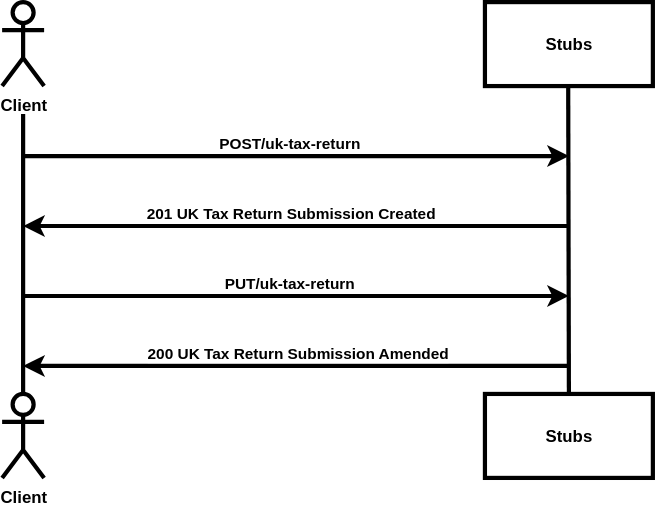
Above: source/documentation/figures/amenduktr-test-sequence.svg in hmrc/pillar2-service-guide (draw.io), before the change. Source tidied: cells renumbered, new cells last; positions are measured from the earlier drawing's top-left corner, leaving out a move shared by most shapes. Its diagram source:
```xml
<mxGraphModel>
  <root>
    <mxCell id="0" />
    <mxCell id="1" parent="0" />
    <mxCell id="2" value="Client" style="shape=umlActor;verticalLabelPosition=bottom;verticalAlign=top;html=1;fontStyle=1;strokeWidth=3;" parent="1" vertex="1">
      <mxGeometry width="30" height="60" as="geometry" />
    </mxCell>
    <mxCell id="3" value="Client" style="shape=umlActor;verticalLabelPosition=bottom;verticalAlign=top;html=1;fontStyle=1;strokeWidth=3;" parent="1" vertex="1">
      <mxGeometry y="280" width="30" height="60" as="geometry" />
    </mxCell>
    <mxCell id="4" style="endArrow=none;html=1;rounded=0;fontStyle=1;strokeWidth=3;" parent="1" edge="1">
      <mxGeometry relative="1" as="geometry">
        <mxPoint x="15" y="280" as="sourcePoint" />
        <mxPoint x="15" y="80" as="targetPoint" />
      </mxGeometry>
    </mxCell>
    <mxCell id="5" value="Stubs" style="rounded=0;whiteSpace=wrap;html=1;fontStyle=1;strokeWidth=3;" parent="1" vertex="1">
      <mxGeometry x="345" width="120" height="60" as="geometry" />
    </mxCell>
    <mxCell id="6" value="Stubs" style="rounded=0;whiteSpace=wrap;html=1;fontStyle=1;strokeWidth=3;" parent="1" vertex="1">
      <mxGeometry x="345" y="280" width="120" height="60" as="geometry" />
    </mxCell>
    <mxCell id="7" style="endArrow=none;html=1;rounded=0;exitX=0.5;exitY=0;exitDx=0;exitDy=0;fontStyle=1;strokeWidth=3;" parent="1" edge="1" source="6">
      <mxGeometry relative="1" as="geometry">
        <mxPoint x="404.5" y="60" as="targetPoint" />
      </mxGeometry>
    </mxCell>
    <mxCell id="8" style="endArrow=classic;html=1;rounded=0;fontStyle=1;strokeWidth=3;" parent="1" edge="1">
      <mxGeometry relative="1" as="geometry">
        <mxPoint x="15" y="110" as="sourcePoint" />
        <mxPoint x="405" y="110" as="targetPoint" />
      </mxGeometry>
    </mxCell>
    <mxCell id="9" value="POST/uk-tax-return" style="edgeLabel;html=1;align=center;verticalAlign=middle;fontStyle=1;" parent="8" vertex="1">
      <mxGeometry x="-0.19" relative="1" as="geometry">
        <mxPoint x="31" y="-10" as="offset" />
      </mxGeometry>
    </mxCell>
    <mxCell id="10" style="endArrow=classic;html=1;rounded=0;fontStyle=1;strokeWidth=3;" parent="1" edge="1">
      <mxGeometry relative="1" as="geometry">
        <mxPoint x="405" y="160" as="sourcePoint" />
        <mxPoint x="15" y="160" as="targetPoint" />
      </mxGeometry>
    </mxCell>
    <mxCell id="11" value="201 UK Tax Return Submission Created" style="edgeLabel;html=1;align=center;verticalAlign=middle;fontStyle=1;" parent="10" vertex="1">
      <mxGeometry x="0.13" relative="1" as="geometry">
        <mxPoint x="20" y="-10" as="offset" />
      </mxGeometry>
    </mxCell>
    <mxCell id="12" style="endArrow=classic;html=1;rounded=0;fontStyle=1;strokeWidth=3;" parent="1" edge="1">
      <mxGeometry relative="1" as="geometry">
        <mxPoint x="15" y="210" as="sourcePoint" />
        <mxPoint x="405" y="210" as="targetPoint" />
      </mxGeometry>
    </mxCell>
    <mxCell id="13" value="PUT/uk-tax-return" style="edgeLabel;html=1;align=center;verticalAlign=middle;fontStyle=1;" parent="12" vertex="1">
      <mxGeometry x="-0.15" y="-2" relative="1" as="geometry">
        <mxPoint x="23" y="-12" as="offset" />
      </mxGeometry>
    </mxCell>
    <mxCell id="14" style="endArrow=classic;html=1;rounded=0;fontStyle=1;strokeWidth=3;" parent="1" edge="1">
      <mxGeometry relative="1" as="geometry">
        <mxPoint x="405" y="260" as="sourcePoint" />
        <mxPoint x="15" y="260" as="targetPoint" />
      </mxGeometry>
    </mxCell>
    <mxCell id="15" value="200 UK Tax Return Submission Amended" style="edgeLabel;html=1;align=center;verticalAlign=middle;fontStyle=1;" parent="14" vertex="1">
      <mxGeometry y="2" relative="1" as="geometry">
        <mxPoint y="-12" as="offset" />
      </mxGeometry>
    </mxCell>
  </root>
</mxGraphModel>
```
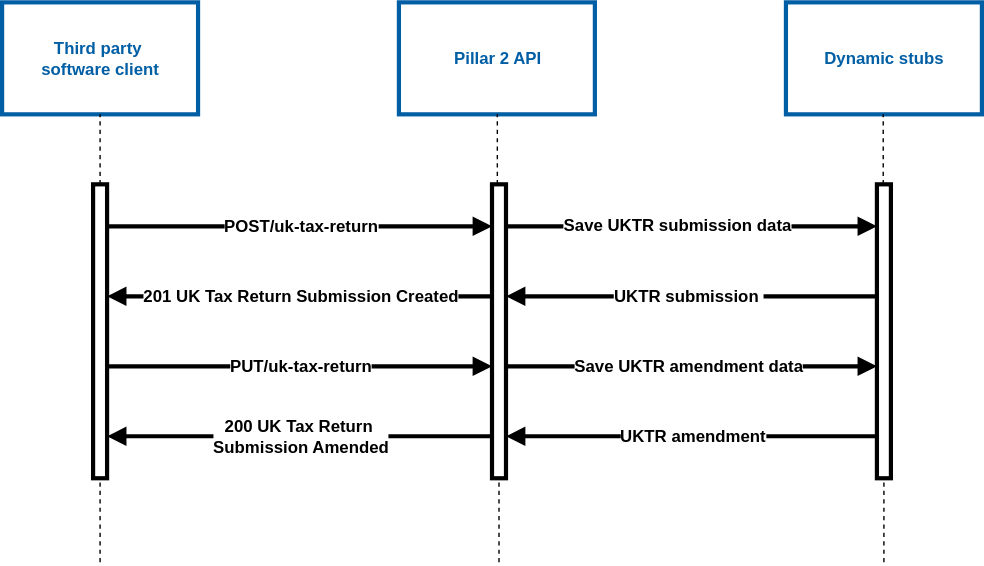
The same diagram one commit later.

Commit message:
Updated sequence diagrams

The edit, as a diff of the source:
```diff
@@ -2,72 +2,123 @@
   <root>
     <mxCell id="0" />
     <mxCell id="1" parent="0" />
-    <mxCell id="2" value="Client" style="shape=umlActor;verticalLabelPosition=bottom;verticalAlign=top;html=1;fontStyle=1;strokeWidth=3;" parent="1" vertex="1">
-      <mxGeometry width="30" height="60" as="geometry" />
-    </mxCell>
-    <mxCell id="3" value="Client" style="shape=umlActor;verticalLabelPosition=bottom;verticalAlign=top;html=1;fontStyle=1;strokeWidth=3;" parent="1" vertex="1">
-      <mxGeometry y="280" width="30" height="60" as="geometry" />
-    </mxCell>
-    <mxCell id="4" style="endArrow=none;html=1;rounded=0;fontStyle=1;strokeWidth=3;" parent="1" edge="1">
-      <mxGeometry relative="1" as="geometry">
-        <mxPoint x="15" y="280" as="sourcePoint" />
-        <mxPoint x="15" y="80" as="targetPoint" />
-      </mxGeometry>
-    </mxCell>
-    <mxCell id="5" value="Stubs" style="rounded=0;whiteSpace=wrap;html=1;fontStyle=1;strokeWidth=3;" parent="1" vertex="1">
-      <mxGeometry x="345" width="120" height="60" as="geometry" />
-    </mxCell>
-    <mxCell id="6" value="Stubs" style="rounded=0;whiteSpace=wrap;html=1;fontStyle=1;strokeWidth=3;" parent="1" vertex="1">
-      <mxGeometry x="345" y="280" width="120" height="60" as="geometry" />
-    </mxCell>
-    <mxCell id="7" style="endArrow=none;html=1;rounded=0;exitX=0.5;exitY=0;exitDx=0;exitDy=0;fontStyle=1;strokeWidth=3;" parent="1" edge="1" source="6">
-      <mxGeometry relative="1" as="geometry">
-        <mxPoint x="404.5" y="60" as="targetPoint" />
-      </mxGeometry>
-    </mxCell>
-    <mxCell id="8" style="endArrow=classic;html=1;rounded=0;fontStyle=1;strokeWidth=3;" parent="1" edge="1">
-      <mxGeometry relative="1" as="geometry">
-        <mxPoint x="15" y="110" as="sourcePoint" />
-        <mxPoint x="405" y="110" as="targetPoint" />
-      </mxGeometry>
-    </mxCell>
+    <mxCell id="16" value="&lt;b&gt;&lt;font style=&quot;color: light-dark(rgb(0, 94, 165), rgb(237, 237, 237));&quot;&gt;Third party&amp;nbsp;&lt;/font&gt;&lt;/b&gt;&lt;div&gt;&lt;b&gt;&lt;font style=&quot;color: light-dark(rgb(0, 94, 165), rgb(237, 237, 237));&quot;&gt;software client&lt;/font&gt;&lt;/b&gt;&lt;/div&gt;" style="rounded=0;whiteSpace=wrap;html=1;strokeWidth=3;strokeColor=light-dark(#005ea5, #ededed);" parent="1" vertex="1">
+      <mxGeometry x="-25" y="50" width="140" height="80" as="geometry" />
+    </mxCell>
+    <mxCell id="17" style="endArrow=none;dashed=1;html=1;rounded=0;strokeWidth=1;" parent="1" edge="1" source="19" target="16">
+      <mxGeometry relative="1" as="geometry" />
+    </mxCell>
+    <mxCell id="18" style="endArrow=none;dashed=1;html=1;rounded=0;strokeWidth=1;" parent="1" edge="1" target="19">
+      <mxGeometry relative="1" as="geometry">
+        <mxPoint x="45" y="450" as="sourcePoint" />
+      </mxGeometry>
+    </mxCell>
+    <mxCell id="19" style="html=1;points=[[0,0,0,0,5],[0,1,0,0,-5],[1,0,0,0,5],[1,1,0,0,-5]];perimeter=orthogonalPerimeter;outlineConnect=0;targetShapes=umlLifeline;portConstraint=eastwest;newEdgeStyle={&quot;curved&quot;:0,&quot;rounded&quot;:0};strokeWidth=3;" parent="1" vertex="1">
+      <mxGeometry x="40" y="180" width="10" height="210" as="geometry" />
+    </mxCell>
+    <mxCell id="20" value="&lt;b&gt;&lt;font style=&quot;color: light-dark(rgb(0, 94, 165), rgb(237, 237, 237));&quot;&gt;Pillar 2 API&lt;/font&gt;&lt;/b&gt;" style="rounded=0;whiteSpace=wrap;html=1;strokeWidth=3;strokeColor=light-dark(#005ea5, #ededed);" parent="1" vertex="1">
+      <mxGeometry x="258.5" y="50" width="140" height="80" as="geometry" />
+    </mxCell>
+    <mxCell id="21" style="endArrow=none;dashed=1;html=1;rounded=0;strokeWidth=1;" parent="1" edge="1" source="26" target="20">
+      <mxGeometry relative="1" as="geometry" />
+    </mxCell>
+    <mxCell id="22" style="endArrow=none;dashed=1;html=1;rounded=0;strokeWidth=1;" parent="1" edge="1" target="26">
+      <mxGeometry relative="1" as="geometry">
+        <mxPoint x="330" y="450" as="sourcePoint" />
+      </mxGeometry>
+    </mxCell>
+    <mxCell id="23" style="endArrow=block;html=1;rounded=0;strokeWidth=3;endFill=1;" parent="1" edge="1" source="19" target="26">
+      <mxGeometry relative="1" as="geometry">
+        <Array as="points">
+          <mxPoint x="225" y="210" />
+        </Array>
+      </mxGeometry>
+    </mxCell>
-    <mxCell id="9" value="POST/uk-tax-return" style="edgeLabel;html=1;align=center;verticalAlign=middle;fontStyle=1;" parent="8" vertex="1">
-      <mxGeometry x="-0.19" relative="1" as="geometry">
-        <mxPoint x="31" y="-10" as="offset" />
-      </mxGeometry>
+    <mxCell id="9" value="POST/uk-tax-return" style="edgeLabel;html=1;align=center;verticalAlign=middle;fontStyle=1;fontSize=12;" parent="23" vertex="1">
+      <mxGeometry relative="1" as="geometry" />
     </mxCell>
-    <mxCell id="10" style="endArrow=classic;html=1;rounded=0;fontStyle=1;strokeWidth=3;" parent="1" edge="1">
-      <mxGeometry relative="1" as="geometry">
-        <mxPoint x="405" y="160" as="sourcePoint" />
-        <mxPoint x="15" y="160" as="targetPoint" />
-      </mxGeometry>
-    </mxCell>
+    <mxCell id="24" value="&lt;b style=&quot;background-color: transparent; color: light-dark(rgb(0, 0, 0), rgb(255, 255, 255));&quot;&gt;&lt;font style=&quot;color: light-dark(rgb(0, 94, 165), rgb(237, 237, 237));&quot;&gt;Dynamic stubs&lt;/font&gt;&lt;/b&gt;" style="rounded=0;whiteSpace=wrap;html=1;strokeWidth=3;strokeColor=light-dark(#005ea5, #ededed);" parent="1" vertex="1">
+      <mxGeometry x="535" y="50" width="140" height="80" as="geometry" />
+    </mxCell>
+    <mxCell id="25" style="endArrow=block;html=1;rounded=0;exitX=0.5;exitY=0.125;exitDx=0;exitDy=0;exitPerimeter=0;strokeWidth=3;endFill=1;" parent="1" edge="1" target="26">
+      <mxGeometry relative="1" as="geometry">
+        <mxPoint x="50" y="310" as="sourcePoint" />
+      </mxGeometry>
+    </mxCell>
+    <mxCell id="13" value="PUT/uk-tax-return" style="edgeLabel;html=1;align=center;verticalAlign=middle;fontStyle=1;fontSize=12;" parent="25" vertex="1">
+      <mxGeometry relative="1" as="geometry" />
+    </mxCell>
+    <mxCell id="26" style="html=1;points=[[0,0,0,0,5],[0,1,0,0,-5],[1,0,0,0,5],[1,1,0,0,-5]];perimeter=orthogonalPerimeter;outlineConnect=0;targetShapes=umlLifeline;portConstraint=eastwest;newEdgeStyle={&quot;curved&quot;:0,&quot;rounded&quot;:0};strokeWidth=3;" parent="1" vertex="1">
+      <mxGeometry x="325" y="180" width="10" height="210" as="geometry" />
+    </mxCell>
+    <mxCell id="27" style="endArrow=block;html=1;rounded=0;strokeWidth=3;endFill=1;" parent="1" edge="1" source="26">
+      <mxGeometry relative="1" as="geometry">
+        <mxPoint x="600" y="210" as="targetPoint" />
+      </mxGeometry>
+    </mxCell>
+    <mxCell id="28" value="&lt;span style=&quot;font-size: 12px;&quot;&gt;&lt;b&gt;Save UKTR submission data&lt;/b&gt;&lt;/span&gt;" style="edgeLabel;html=1;align=center;verticalAlign=middle;" parent="27" vertex="1">
+      <mxGeometry x="-0.09" y="2" relative="1" as="geometry">
+        <mxPoint x="1" y="1" as="offset" />
+      </mxGeometry>
+    </mxCell>
+    <mxCell id="29" style="endArrow=none;html=1;rounded=0;strokeWidth=3;startArrow=block;startFill=1;endFill=0;" parent="1" edge="1" source="19">
+      <mxGeometry relative="1" as="geometry">
+        <mxPoint x="325" y="260" as="targetPoint" />
+      </mxGeometry>
+    </mxCell>
-    <mxCell id="11" value="201 UK Tax Return Submission Created" style="edgeLabel;html=1;align=center;verticalAlign=middle;fontStyle=1;" parent="10" vertex="1">
-      <mxGeometry x="0.13" relative="1" as="geometry">
-        <mxPoint x="20" y="-10" as="offset" />
-      </mxGeometry>
+    <mxCell id="11" value="201 UK Tax Return Submission Created" style="edgeLabel;html=1;align=center;verticalAlign=middle;fontStyle=1;fontSize=12;" parent="29" vertex="1">
+      <mxGeometry relative="1" as="geometry" />
     </mxCell>
-    <mxCell id="12" style="endArrow=classic;html=1;rounded=0;fontStyle=1;strokeWidth=3;" parent="1" edge="1">
-      <mxGeometry relative="1" as="geometry">
-        <mxPoint x="15" y="210" as="sourcePoint" />
-        <mxPoint x="405" y="210" as="targetPoint" />
-      </mxGeometry>
-    </mxCell>
-    <mxCell id="13" value="PUT/uk-tax-return" style="edgeLabel;html=1;align=center;verticalAlign=middle;fontStyle=1;" parent="12" vertex="1">
-      <mxGeometry x="-0.15" y="-2" relative="1" as="geometry">
-        <mxPoint x="23" y="-12" as="offset" />
-      </mxGeometry>
-    </mxCell>
-    <mxCell id="14" style="endArrow=classic;html=1;rounded=0;fontStyle=1;strokeWidth=3;" parent="1" edge="1">
-      <mxGeometry relative="1" as="geometry">
-        <mxPoint x="405" y="260" as="sourcePoint" />
-        <mxPoint x="15" y="260" as="targetPoint" />
-      </mxGeometry>
-    </mxCell>
+    <mxCell id="30" style="endArrow=none;html=1;rounded=0;exitX=0.5;exitY=0.125;exitDx=0;exitDy=0;exitPerimeter=0;strokeWidth=3;startArrow=block;startFill=1;endFill=0;" parent="1" edge="1">
+      <mxGeometry relative="1" as="geometry">
+        <mxPoint x="50" y="360" as="sourcePoint" />
+        <mxPoint x="325" y="360" as="targetPoint" />
+      </mxGeometry>
+    </mxCell>
-    <mxCell id="15" value="200 UK Tax Return Submission Amended" style="edgeLabel;html=1;align=center;verticalAlign=middle;fontStyle=1;" parent="14" vertex="1">
-      <mxGeometry y="2" relative="1" as="geometry">
-        <mxPoint y="-12" as="offset" />
-      </mxGeometry>
+    <mxCell id="15" value="200 UK Tax Return&amp;nbsp;&lt;div&gt;Submission Amended&lt;/div&gt;" style="edgeLabel;html=1;align=center;verticalAlign=middle;fontStyle=1;fontSize=12;" parent="30" vertex="1">
+      <mxGeometry relative="1" as="geometry" />
     </mxCell>
+    <mxCell id="31" style="endArrow=block;html=1;rounded=0;exitX=0.5;exitY=0.125;exitDx=0;exitDy=0;exitPerimeter=0;strokeWidth=3;endFill=1;" parent="1" edge="1" target="33">
+      <mxGeometry relative="1" as="geometry">
+        <mxPoint x="335" y="310" as="sourcePoint" />
+      </mxGeometry>
+    </mxCell>
+    <mxCell id="32" value="&lt;span style=&quot;font-size: 12px;&quot;&gt;&lt;b&gt;Save UKTR amendment data&lt;/b&gt;&lt;/span&gt;" style="edgeLabel;html=1;align=center;verticalAlign=middle;" parent="31" vertex="1">
+      <mxGeometry x="-0.03" y="3" relative="1" as="geometry">
+        <mxPoint x="1" y="3" as="offset" />
+      </mxGeometry>
+    </mxCell>
+    <mxCell id="33" style="html=1;points=[[0,0,0,0,5],[0,1,0,0,-5],[1,0,0,0,5],[1,1,0,0,-5]];perimeter=orthogonalPerimeter;outlineConnect=0;targetShapes=umlLifeline;portConstraint=eastwest;newEdgeStyle={&quot;curved&quot;:0,&quot;rounded&quot;:0};strokeWidth=3;" parent="1" vertex="1">
+      <mxGeometry x="600" y="180" width="10" height="210" as="geometry" />
+    </mxCell>
+    <mxCell id="34" style="endArrow=none;dashed=1;html=1;rounded=0;strokeWidth=1;" parent="1" edge="1">
+      <mxGeometry relative="1" as="geometry">
+        <mxPoint x="604.5" y="180" as="sourcePoint" />
+        <mxPoint x="604.5" y="130" as="targetPoint" />
+      </mxGeometry>
+    </mxCell>
+    <mxCell id="35" style="endArrow=none;dashed=1;html=1;rounded=0;strokeWidth=1;" parent="1" edge="1" target="33">
+      <mxGeometry relative="1" as="geometry">
+        <mxPoint x="605" y="450" as="sourcePoint" />
+      </mxGeometry>
+    </mxCell>
+    <mxCell id="36" style="endArrow=none;html=1;rounded=0;strokeWidth=3;startArrow=block;startFill=1;endFill=0;" parent="1" edge="1" target="33">
+      <mxGeometry relative="1" as="geometry">
+        <mxPoint x="335" y="260" as="sourcePoint" />
+      </mxGeometry>
+    </mxCell>
+    <mxCell id="37" value="UKTR submission&amp;nbsp;" style="edgeLabel;html=1;align=center;verticalAlign=middle;fontStyle=1;fontSize=12;" parent="36" vertex="1">
+      <mxGeometry relative="1" as="geometry">
+        <mxPoint x="-3" as="offset" />
+      </mxGeometry>
+    </mxCell>
+    <mxCell id="38" style="endArrow=none;html=1;rounded=0;strokeWidth=3;startArrow=block;startFill=1;endFill=0;" parent="1" edge="1" target="33">
+      <mxGeometry relative="1" as="geometry">
+        <mxPoint x="335" y="360" as="sourcePoint" />
+      </mxGeometry>
+    </mxCell>
+    <mxCell id="39" value="UKTR amendment" style="edgeLabel;html=1;align=center;verticalAlign=middle;fontStyle=1;fontSize=12;" parent="38" vertex="1">
+      <mxGeometry relative="1" as="geometry" />
+    </mxCell>
   </root>
 </mxGraphModel>
```
